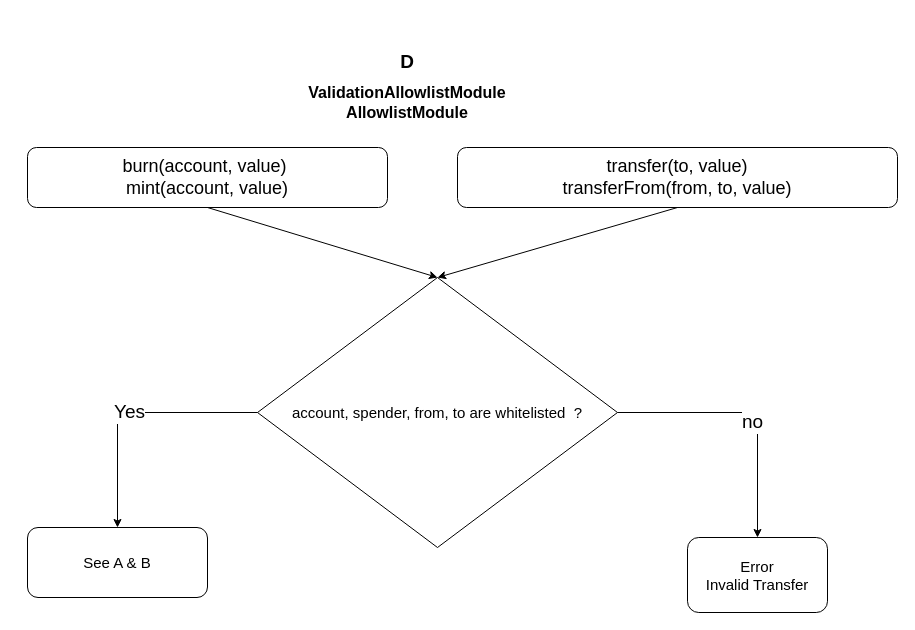
This is page "allowlist" (2 of 2) of doc/schema/drawio/transfer_restriction.drawio from CMTA/CMTAT, a draw.io file, before an edit. Source tidied: cells renumbered, new cells numbered last; positions are measured from the earlier drawing's top-left corner, leaving out a move shared by most shapes. Both pictures are drawn from the tidied source at 100%, with x=0, y=0 at pixel (27, 47).
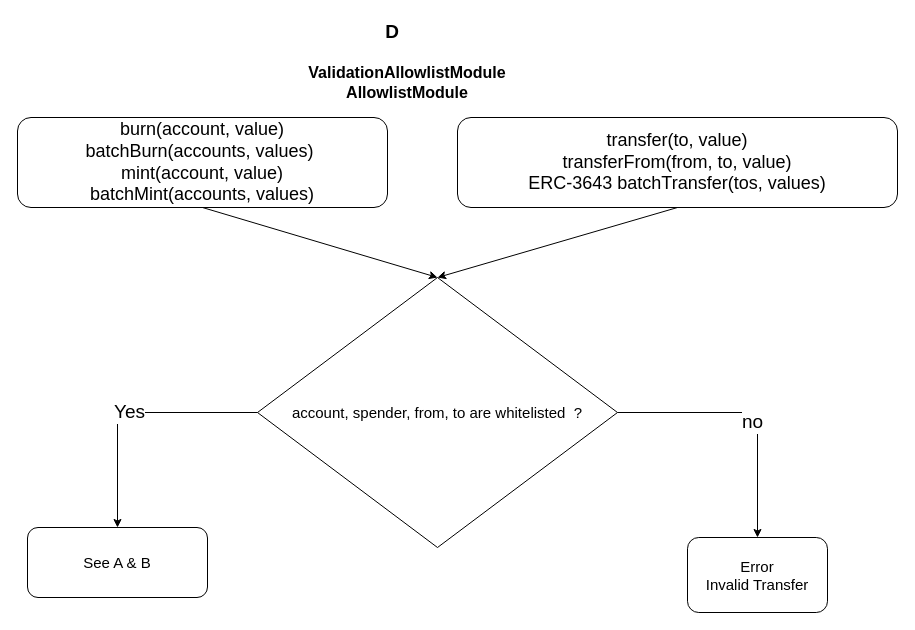
The same diagram, later.

The edit, as a diff of the source:
```diff
@@
 <mxGraphModel>
   <root>
     <mxCell id="0" />
     <mxCell id="1" parent="0" />
     <mxCell id="2" value="ValidationAllowlistModule AllowlistModule" style="text;html=1;strokeColor=none;fillColor=none;align=center;verticalAlign=middle;whiteSpace=wrap;rounded=0;fontSize=16;fontStyle=1;" parent="1" vertex="1">
-      <mxGeometry x="250" y="20" width="260" height="70" as="geometry" />
+      <mxGeometry x="250" width="260" height="70" as="geometry" />
     </mxCell>
-    <mxCell id="3" value="burn(account, value)&amp;nbsp;&lt;br style=&quot;font-size: 18px;&quot;&gt;mint(account, value)" style="rounded=1;whiteSpace=wrap;html=1;fontSize=18;" parent="1" vertex="1">
-      <mxGeometry y="100" width="360" height="60" as="geometry" />
+    <mxCell id="3" value="burn(account, value)&lt;br&gt;batchBurn(accounts, values)&amp;nbsp;&lt;br style=&quot;font-size: 18px;&quot;&gt;mint(account, value)&lt;br&gt;batchMint(accounts, values)" style="rounded=1;whiteSpace=wrap;html=1;fontSize=18;" parent="1" vertex="1">
+      <mxGeometry x="-10" y="70" width="370" height="90" as="geometry" />
     </mxCell>
-    <mxCell id="4" value="transfer(to, value)&lt;br style=&quot;font-size: 18px;&quot;&gt;transferFrom(from, to, value)" style="rounded=1;whiteSpace=wrap;html=1;fontSize=18;" parent="1" vertex="1">
-      <mxGeometry x="430" y="100" width="440" height="60" as="geometry" />
+    <mxCell id="4" value="transfer(to, value)&lt;br style=&quot;font-size: 18px;&quot;&gt;transferFrom(from, to, value)&lt;br&gt;ERC-3643 batchTransfer(tos, values)" style="rounded=1;whiteSpace=wrap;html=1;fontSize=18;" parent="1" vertex="1">
+      <mxGeometry x="430" y="70" width="440" height="90" as="geometry" />
     </mxCell>
     <mxCell id="5" value="account, spender, from, to are whitelisted&amp;nbsp; ?" style="rhombus;whiteSpace=wrap;html=1;fontSize=15;" parent="1" vertex="1">
       <mxGeometry x="230" y="230" width="360" height="270" as="geometry" />
     </mxCell>
     <mxCell id="6" value="Error&lt;br&gt;Invalid Transfer" style="rounded=1;whiteSpace=wrap;html=1;fontSize=15;" parent="1" vertex="1">
       <mxGeometry x="660" y="490" width="140" height="75" as="geometry" />
     </mxCell>
     <mxCell id="7" style="endArrow=classic;html=1;rounded=0;exitX=1;exitY=0.5;exitDx=0;exitDy=0;entryX=0.5;entryY=0;entryDx=0;entryDy=0;" parent="1" edge="1" source="5" target="6">
       <mxGeometry relative="1" as="geometry">
         <Array as="points">
           <mxPoint x="730" y="365" />
         </Array>
       </mxGeometry>
     </mxCell>
     <mxCell id="8" value="no" style="edgeLabel;html=1;align=center;verticalAlign=middle;fontSize=19;" parent="7" vertex="1">
       <mxGeometry x="0.12" y="-6" relative="1" as="geometry">
         <mxPoint y="1" as="offset" />
       </mxGeometry>
     </mxCell>
     <mxCell id="9" style="endArrow=classic;html=1;rounded=0;fontSize=19;exitX=0.5;exitY=1;exitDx=0;exitDy=0;entryX=0.5;entryY=0;entryDx=0;entryDy=0;" parent="1" edge="1" source="3" target="5">
       <mxGeometry relative="1" as="geometry" />
     </mxCell>
     <mxCell id="10" style="endArrow=classic;html=1;rounded=0;fontSize=19;exitX=0.5;exitY=1;exitDx=0;exitDy=0;entryX=0.5;entryY=0;entryDx=0;entryDy=0;" parent="1" edge="1" source="4" target="5">
       <mxGeometry relative="1" as="geometry" />
     </mxCell>
     <mxCell id="11" value="Yes" style="endArrow=classic;html=1;rounded=0;fontSize=19;exitX=0;exitY=0.5;exitDx=0;exitDy=0;entryX=0.5;entryY=0;entryDx=0;entryDy=0;" parent="1" edge="1" source="5" target="12">
       <mxGeometry relative="1" as="geometry">
         <Array as="points">
           <mxPoint x="90" y="365" />
         </Array>
       </mxGeometry>
     </mxCell>
     <mxCell id="12" value="See A &amp;amp; B" style="rounded=1;whiteSpace=wrap;html=1;fontSize=15;" parent="1" vertex="1">
       <mxGeometry y="480" width="180" height="70" as="geometry" />
     </mxCell>
     <mxCell id="13" value="D" style="text;html=1;strokeColor=none;fillColor=none;align=center;verticalAlign=middle;whiteSpace=wrap;rounded=0;fontSize=19;fontStyle=1;" parent="1" vertex="1">
-      <mxGeometry x="295" width="170" height="30" as="geometry" />
+      <mxGeometry x="280" y="-30" width="170" height="30" as="geometry" />
     </mxCell>
   </root>
 </mxGraphModel>
```
